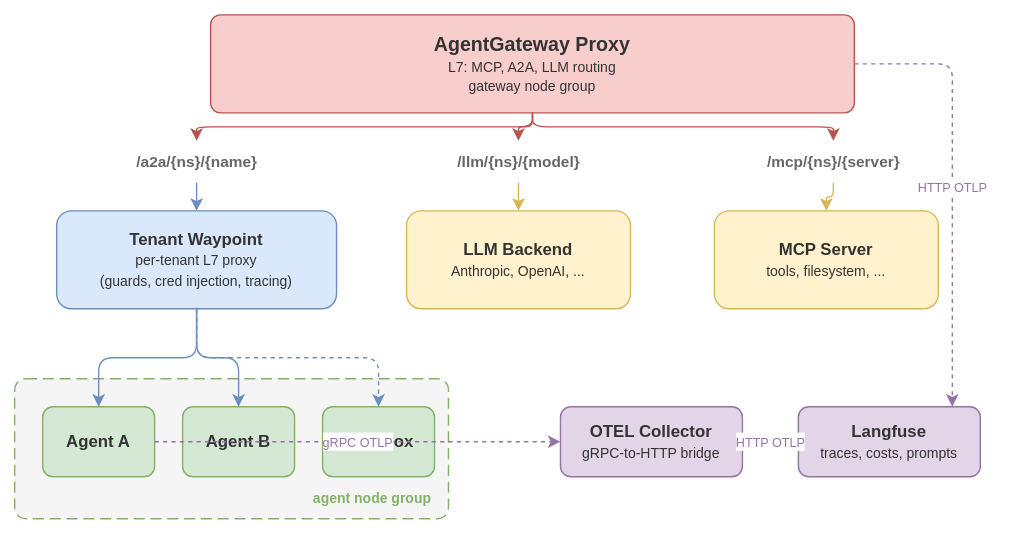
syn-zhu/agentic-platform keeps this draw.io diagram as architecture.drawio.svg. Above is the earlier version. Source tidied: cells renumbered, new cells last; positions are measured from the earlier drawing's top-left corner, leaving out a move shared by most shapes.
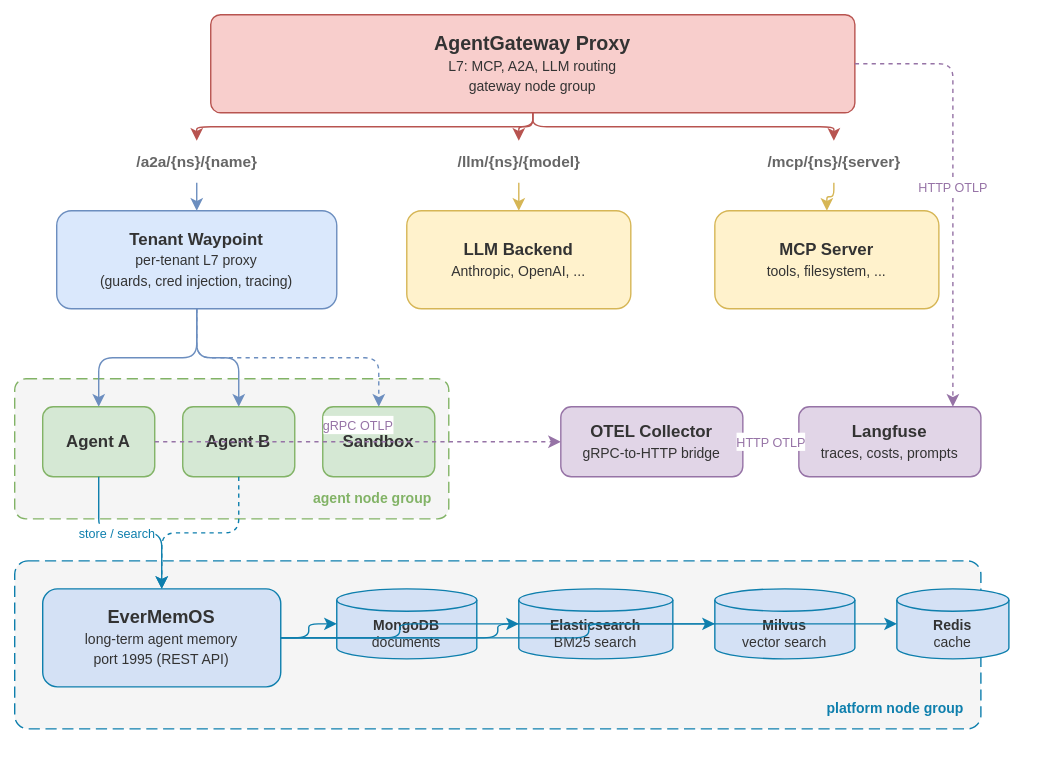
After the change.

Change to the diagram source:
```diff
@@ -69,7 +69,9 @@
       <mxGeometry x="560" y="280" width="130" height="50" as="geometry" />
     </mxCell>
     <mxCell id="24" value="&lt;font style=&quot;font-size:9px;color:#9673a6&quot;&gt;gRPC OTLP&lt;/font&gt;" style="edgeStyle=orthogonalEdgeStyle;strokeColor=#9673a6;dashed=1;html=1;" parent="1" edge="1" source="16" target="22">
-      <mxGeometry relative="1" as="geometry" />
+      <mxGeometry relative="1" as="geometry">
+        <mxPoint y="-12" as="offset" />
+      </mxGeometry>
     </mxCell>
     <mxCell id="25" value="&lt;font style=&quot;font-size:9px;color:#9673a6&quot;&gt;HTTP OTLP&lt;/font&gt;" style="edgeStyle=orthogonalEdgeStyle;strokeColor=#9673a6;dashed=1;html=1;" parent="1" edge="1" source="22" target="23">
       <mxGeometry relative="1" as="geometry" />
@@ -82,5 +84,43 @@
         </Array>
       </mxGeometry>
     </mxCell>
+    <mxCell id="27" value="&lt;font style=&quot;font-size:10px;color:#0e7fad&quot;&gt;&lt;b&gt;platform node group&lt;/b&gt;&lt;/font&gt;" style="rounded=1;whiteSpace=wrap;html=1;fillColor=#f5f5f5;strokeColor=#0e7fad;dashed=1;dashPattern=8 4;verticalAlign=bottom;align=right;spacingBottom=6;spacingRight=10;arcSize=8;" parent="1" vertex="1">
+      <mxGeometry y="390" width="690" height="120" as="geometry" />
+    </mxCell>
+    <mxCell id="28" value="&lt;b style=&quot;font-size:13px&quot;&gt;EverMemOS&lt;/b&gt;&lt;br&gt;&lt;font style=&quot;font-size:10px&quot;&gt;long-term agent memory&lt;br&gt;port 1995 (REST API)&lt;/font&gt;" style="rounded=1;whiteSpace=wrap;html=1;fillColor=#d4e1f5;strokeColor=#0e7fad;fontColor=#333333;" parent="1" vertex="1">
+      <mxGeometry x="20" y="410" width="170" height="70" as="geometry" />
+    </mxCell>
+    <mxCell id="29" value="&lt;b&gt;MongoDB&lt;/b&gt;&lt;br&gt;documents" style="shape=cylinder3;whiteSpace=wrap;html=1;boundedLbl=1;backgroundOutline=1;size=8;fillColor=#d4e1f5;strokeColor=#0e7fad;fontColor=#333333;fontSize=10;" parent="1" vertex="1">
+      <mxGeometry x="230" y="410" width="100" height="50" as="geometry" />
+    </mxCell>
+    <mxCell id="30" value="&lt;b&gt;Elasticsearch&lt;/b&gt;&lt;br&gt;BM25 search" style="shape=cylinder3;whiteSpace=wrap;html=1;boundedLbl=1;backgroundOutline=1;size=8;fillColor=#d4e1f5;strokeColor=#0e7fad;fontColor=#333333;fontSize=10;" parent="1" vertex="1">
+      <mxGeometry x="360" y="410" width="110" height="50" as="geometry" />
+    </mxCell>
+    <mxCell id="31" value="&lt;b&gt;Milvus&lt;/b&gt;&lt;br&gt;vector search" style="shape=cylinder3;whiteSpace=wrap;html=1;boundedLbl=1;backgroundOutline=1;size=8;fillColor=#d4e1f5;strokeColor=#0e7fad;fontColor=#333333;fontSize=10;" parent="1" vertex="1">
+      <mxGeometry x="500" y="410" width="100" height="50" as="geometry" />
+    </mxCell>
+    <mxCell id="32" value="&lt;b&gt;Redis&lt;/b&gt;&lt;br&gt;cache" style="shape=cylinder3;whiteSpace=wrap;html=1;boundedLbl=1;backgroundOutline=1;size=8;fillColor=#d4e1f5;strokeColor=#0e7fad;fontColor=#333333;fontSize=10;" parent="1" vertex="1">
+      <mxGeometry x="630" y="410" width="80" height="50" as="geometry" />
+    </mxCell>
+    <mxCell id="33" value="&lt;font style=&quot;font-size:9px;color:#0e7fad&quot;&gt;store / search&lt;/font&gt;" style="edgeStyle=orthogonalEdgeStyle;strokeColor=#0e7fad;html=1;" parent="1" edge="1" source="16" target="28">
+      <mxGeometry relative="1" as="geometry">
+        <mxPoint x="-10" as="offset" />
+      </mxGeometry>
+    </mxCell>
+    <mxCell id="34" style="edgeStyle=orthogonalEdgeStyle;strokeColor=#0e7fad;dashed=1;html=1;" parent="1" edge="1" source="17" target="28">
+      <mxGeometry relative="1" as="geometry" />
+    </mxCell>
+    <mxCell id="35" style="edgeStyle=orthogonalEdgeStyle;strokeColor=#0e7fad;html=1;exitX=1;exitY=0.5;exitDx=0;exitDy=0;" parent="1" edge="1" source="28" target="29">
+      <mxGeometry relative="1" as="geometry" />
+    </mxCell>
+    <mxCell id="36" style="edgeStyle=orthogonalEdgeStyle;strokeColor=#0e7fad;html=1;exitX=1;exitY=0.5;exitDx=0;exitDy=0;" parent="1" edge="1" source="28" target="30">
+      <mxGeometry relative="1" as="geometry" />
+    </mxCell>
+    <mxCell id="37" style="edgeStyle=orthogonalEdgeStyle;strokeColor=#0e7fad;html=1;exitX=1;exitY=0.5;exitDx=0;exitDy=0;" parent="1" edge="1" source="28" target="31">
+      <mxGeometry relative="1" as="geometry" />
+    </mxCell>
+    <mxCell id="38" style="edgeStyle=orthogonalEdgeStyle;strokeColor=#0e7fad;html=1;exitX=1;exitY=0.5;exitDx=0;exitDy=0;" parent="1" edge="1" source="28" target="32">
+      <mxGeometry relative="1" as="geometry" />
+    </mxCell>
   </root>
 </mxGraphModel>
```
